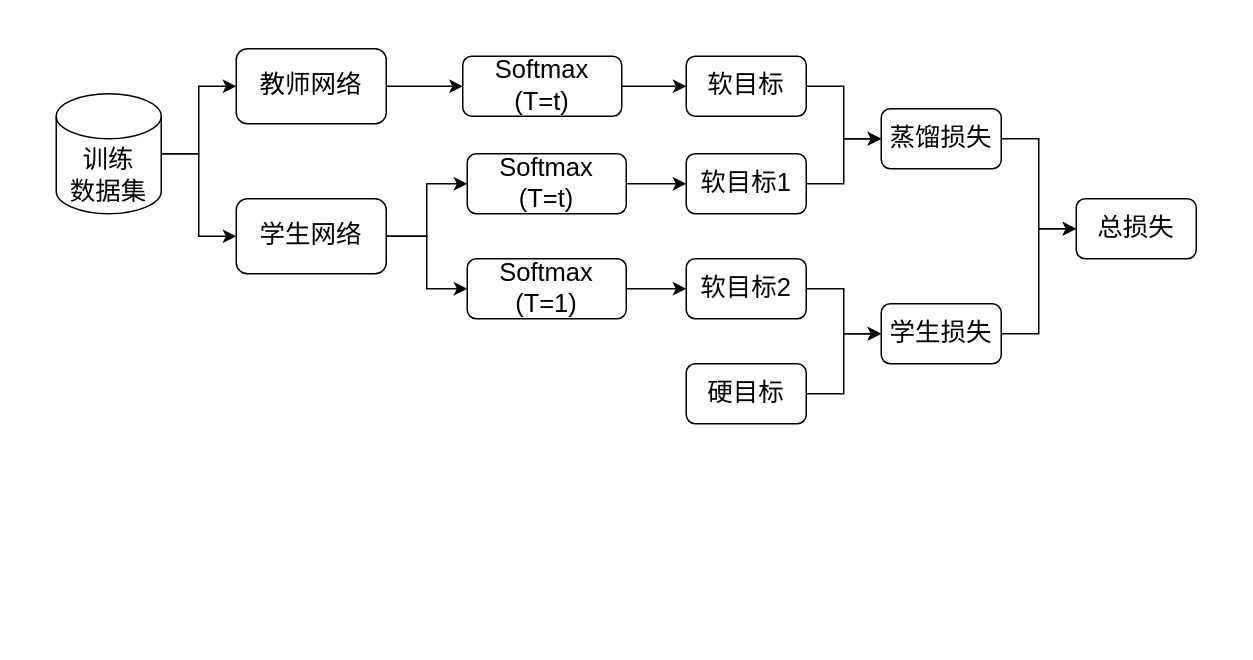
Earlier version of the draw.io diagram drawio/图片4.drawio (ppyyzlh/Distilled-DFD-Model). Source tidied: cells renumbered, new cells numbered last; positions are measured from the earlier drawing's top-left corner, leaving out a move shared by most shapes. Both pictures are drawn from the tidied source at 150%, with x=0, y=0 at pixel (56, 48).
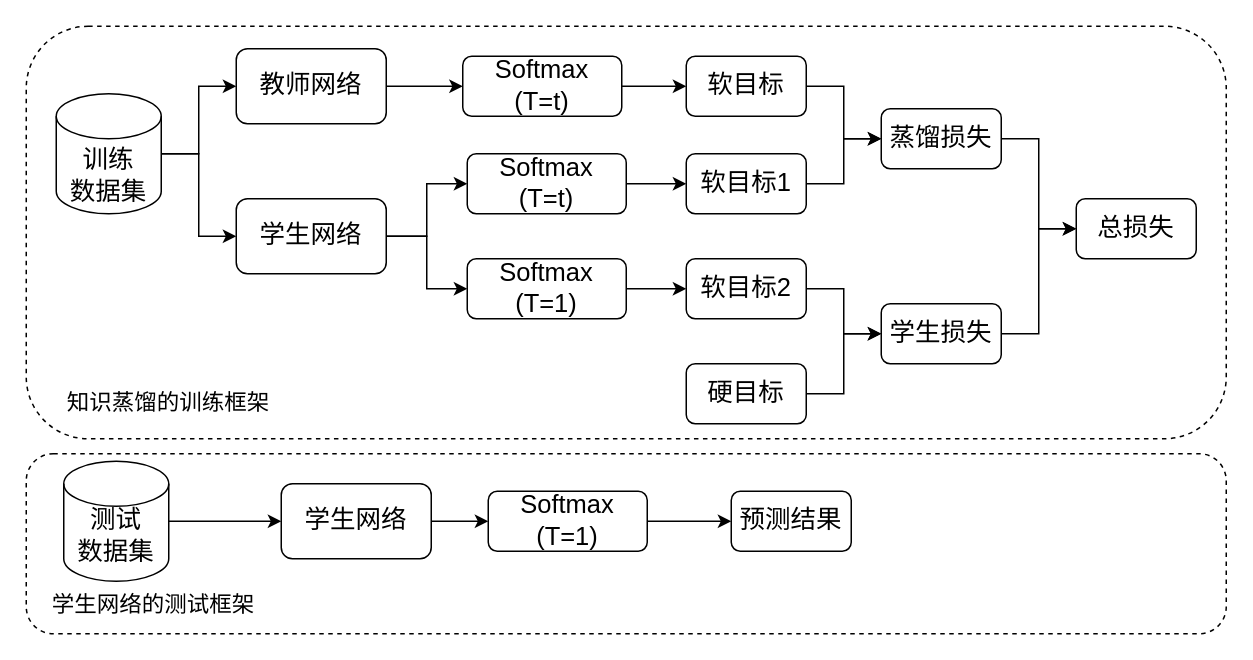
The same diagram, later.

What changed in the source:
```diff
@@
+    <mxCell id="30" style="rounded=1;whiteSpace=wrap;html=1;dashed=1;" parent="1" vertex="1">
+      <mxGeometry x="-20" y="270" width="800" height="120" as="geometry" />
+    </mxCell>
+    <mxCell id="31" style="rounded=1;whiteSpace=wrap;html=1;dashed=1;" parent="1" vertex="1">
+      <mxGeometry x="-20" y="-15" width="800" height="275" as="geometry" />
+    </mxCell>
@@
+    <mxCell id="32" style="edgeStyle=orthogonalEdgeStyle;rounded=0;jettySize=auto;html=1;exitX=1;exitY=0.5;exitDx=0;exitDy=0;exitPerimeter=0;entryX=0;entryY=0.5;entryDx=0;entryDy=0;" parent="1" edge="1" source="33" target="36">
+      <mxGeometry relative="1" as="geometry" />
+    </mxCell>
+    <mxCell id="33" style="shape=cylinder3;whiteSpace=wrap;html=1;boundedLbl=1;backgroundOutline=1;size=15;" parent="1" vertex="1">
+      <mxGeometry x="5" y="275" width="70" height="80" as="geometry" />
+    </mxCell>
+    <mxCell id="34" value="&lt;font style=&quot;font-size: 17px;&quot;&gt;测试&lt;br&gt;数据集&lt;/font&gt;" style="text;html=1;align=center;verticalAlign=middle;whiteSpace=wrap;rounded=0;" parent="1" vertex="1">
+      <mxGeometry x="10" y="310" width="60" height="30" as="geometry" />
+    </mxCell>
+    <mxCell id="35" style="edgeStyle=orthogonalEdgeStyle;rounded=0;jettySize=auto;html=1;exitX=1;exitY=0.5;exitDx=0;exitDy=0;" parent="1" edge="1" source="36" target="38">
+      <mxGeometry relative="1" as="geometry" />
+    </mxCell>
+    <mxCell id="36" value="&lt;font style=&quot;font-size: 17px;&quot;&gt;学生网络&lt;/font&gt;" style="rounded=1;whiteSpace=wrap;html=1;" parent="1" vertex="1">
+      <mxGeometry x="150" y="290" width="100" height="50" as="geometry" />
+    </mxCell>
+    <mxCell id="37" style="edgeStyle=orthogonalEdgeStyle;rounded=0;jettySize=auto;html=1;exitX=1;exitY=0.5;exitDx=0;exitDy=0;" parent="1" edge="1" source="38" target="39">
+      <mxGeometry relative="1" as="geometry" />
+    </mxCell>
+    <mxCell id="38" value="&lt;font style=&quot;font-size: 17px;&quot;&gt;Softmax&lt;br&gt;(T=1)&lt;/font&gt;" style="rounded=1;whiteSpace=wrap;html=1;" parent="1" vertex="1">
+      <mxGeometry x="288" y="295" width="106" height="40" as="geometry" />
+    </mxCell>
+    <mxCell id="39" value="&lt;span style=&quot;font-size: 17px;&quot;&gt;预测结果&lt;/span&gt;" style="rounded=1;whiteSpace=wrap;html=1;" parent="1" vertex="1">
+      <mxGeometry x="450" y="295" width="80" height="40" as="geometry" />
+    </mxCell>
+    <mxCell id="40" value="知识蒸馏的训练框架" style="text;html=1;align=center;verticalAlign=middle;whiteSpace=wrap;rounded=0;fontSize=15;" parent="1" vertex="1">
+      <mxGeometry y="220" width="150" height="30" as="geometry" />
+    </mxCell>
+    <mxCell id="41" value="学生网络的测试框架" style="text;html=1;align=center;verticalAlign=middle;whiteSpace=wrap;rounded=0;fontSize=15;" parent="1" vertex="1">
+      <mxGeometry x="-10" y="355" width="150" height="30" as="geometry" />
+    </mxCell>
```
